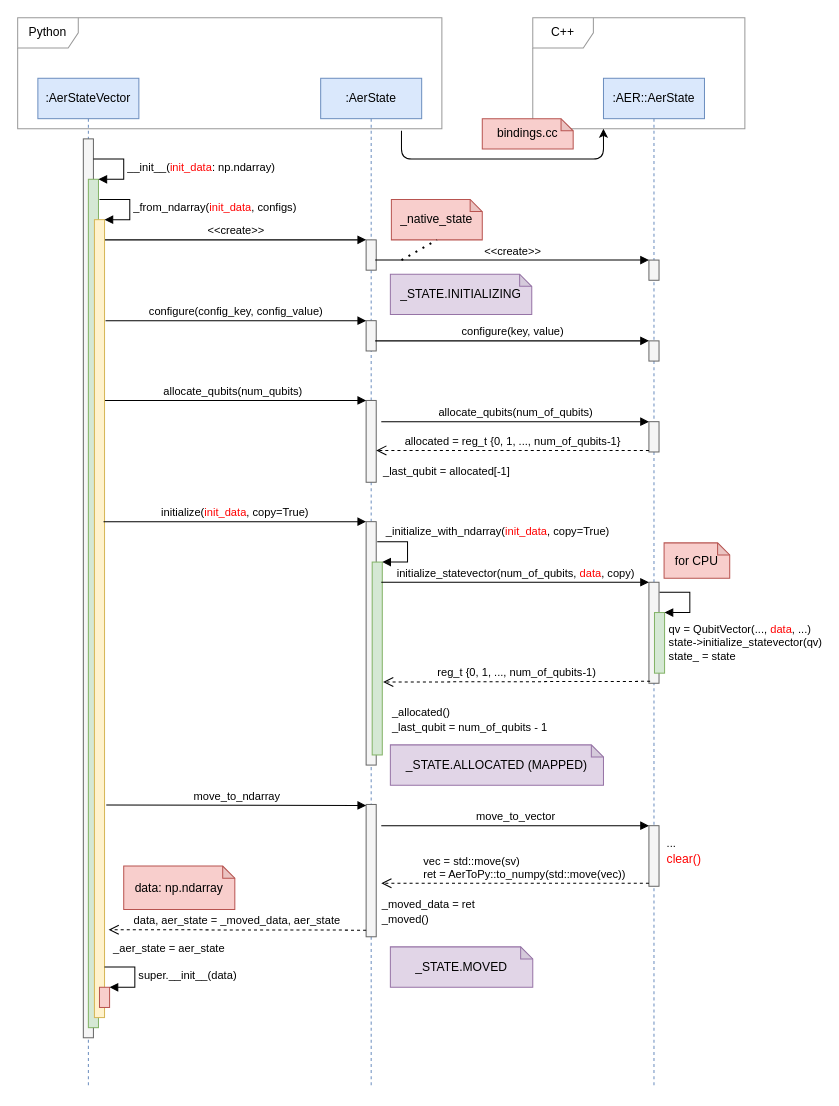
Before: page "StateVector_Initialization" (1 of 2) of qiskit-aer.drawio in derwind/draw.io, a draw.io diagram. Source tidied: cells renumbered, new cells numbered last; positions are measured from the earlier drawing's top-left corner, leaving out a move shared by most shapes. Both pictures are drawn from the tidied source at 101%, with x=0, y=0 at pixel (17, 17).
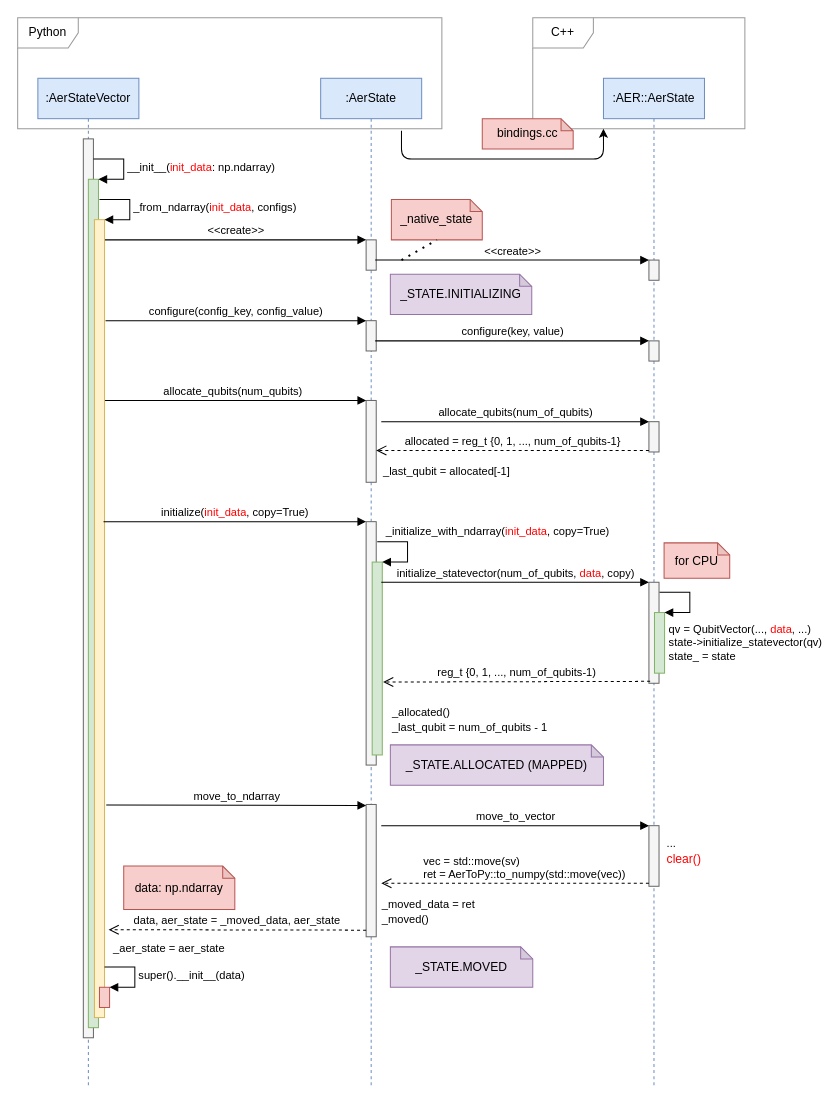
The same diagram, later.

The change refers to these unchanged cells:
```xml
<mxCell id="23" value=":AerStateVector" style="shape=umlLifeline;perimeter=lifelinePerimeter;whiteSpace=wrap;html=1;fillColor=#dae8fc;strokeColor=#6c8ebf;" parent="1" vertex="1">
  <mxGeometry x="20" y="60" width="100" height="1000" as="geometry" />
</mxCell>
<mxCell id="29" style="html=1;points=[];perimeter=orthogonalPerimeter;strokeColor=#b85450;fillColor=#f8cecc;" parent="23" vertex="1">
  <mxGeometry x="61" y="900" width="10" height="20" as="geometry" />
</mxCell>
```

What changed in the source:
```diff
@@
-    <mxCell id="30" value="&lt;font color=&quot;#000000&quot;&gt;super.__init__(data)&lt;/font&gt;" style="edgeStyle=orthogonalEdgeStyle;html=1;align=left;spacingLeft=2;endArrow=block;rounded=0;entryX=1;entryY=0;fontColor=#FF0000;" parent="23" edge="1" target="29">
+    <mxCell id="30" value="&lt;font color=&quot;#000000&quot;&gt;super().__init__(data)&lt;/font&gt;" style="edgeStyle=orthogonalEdgeStyle;html=1;align=left;spacingLeft=2;endArrow=block;rounded=0;entryX=1;entryY=0;fontColor=#FF0000;" parent="23" edge="1" target="29">
       <mxGeometry relative="1" as="geometry">
         <mxPoint x="66" y="880" as="sourcePoint" />
         <Array as="points">
           <mxPoint x="96" y="880" />
         </Array>
       </mxGeometry>
     </mxCell>
```
